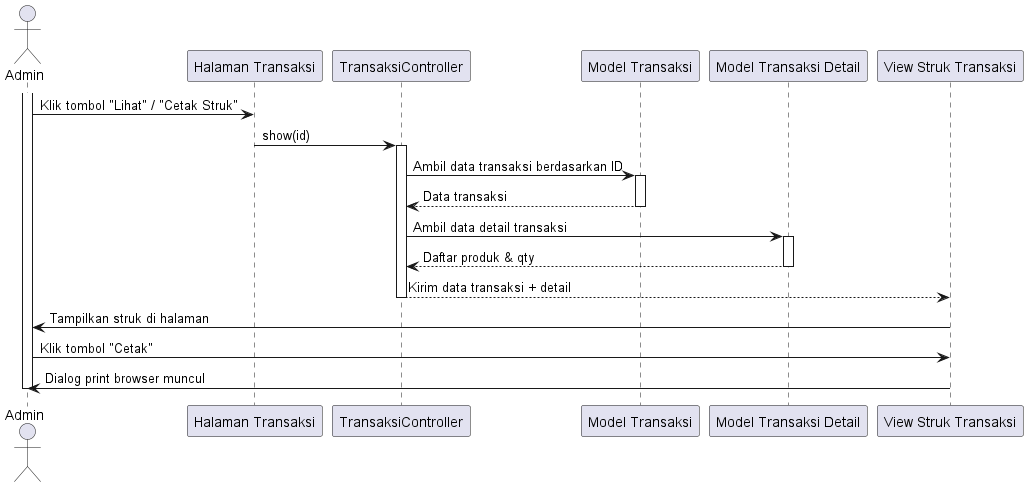
Above: out/sequence diagram/transaksi/mencetak_struk_transaksi/mencetak_struk_transaksi.png in tengahcang/UML_TA (PlantUML), before the change.
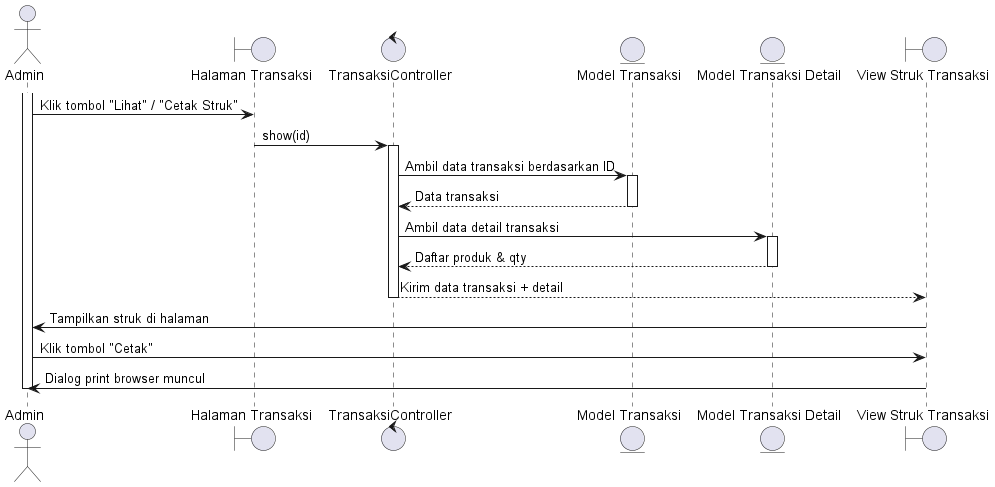
After the commit.

What changed in the source:
```diff
@@ -1,11 +1,11 @@
 @startuml
 actor Admin
 
-participant "Halaman Transaksi" as TransaksiPage
-participant "TransaksiController" as Controller
-participant "Model Transaksi" as TransactionModel
-participant "Model Transaksi Detail" as DetailModel
-participant "View Struk Transaksi" as StrukView
+boundary "Halaman Transaksi" as TransaksiPage
+control "TransaksiController" as Controller
+entity "Model Transaksi" as TransactionModel
+entity "Model Transaksi Detail" as DetailModel
+boundary "View Struk Transaksi" as StrukView
 
 activate Admin
 Admin -> TransaksiPage: Klik tombol "Lihat" / "Cetak Struk"
```
